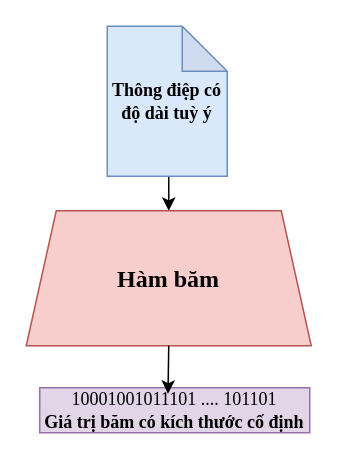
huyle84/diagrams keeps this draw.io diagram as HashFunction.drawio. Above is the earlier version. Source tidied: cells renumbered, new cells numbered last; positions are measured from the earlier drawing's top-left corner, leaving out a move shared by most shapes. Both pictures are drawn from the tidied source at 150%, with x=0, y=0 at pixel (26, 26).
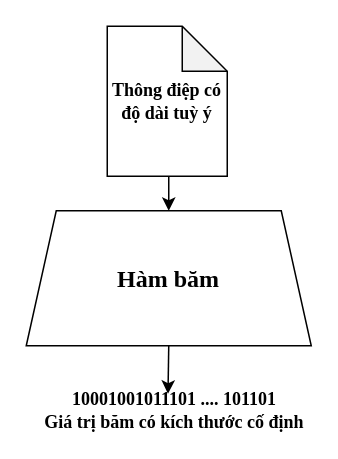
After the change.

Diff of the diagram source:
```diff
@@
 <mxGraphModel>
   <root>
     <mxCell id="0" />
     <mxCell id="1" parent="0" />
     <mxCell id="2" style="edgeStyle=orthogonalEdgeStyle;rounded=0;jettySize=auto;html=1;exitX=0.5;exitY=1;exitDx=0;exitDy=0;exitPerimeter=0;entryX=0.5;entryY=0;entryDx=0;entryDy=0;" parent="1" edge="1" source="3" target="4">
       <mxGeometry relative="1" as="geometry" />
     </mxCell>
-    <mxCell id="3" value="&lt;font face=&quot;Times New Roman&quot;&gt;&lt;b&gt;Thông điệp có độ dài tuỳ ý&lt;/b&gt;&lt;/font&gt;" style="shape=note;whiteSpace=wrap;html=1;backgroundOutline=1;darkOpacity=0.05;fillColor=#dae8fc;strokeColor=#6c8ebf;" parent="1" vertex="1">
+    <mxCell id="3" value="&lt;font face=&quot;Times New Roman&quot;&gt;&lt;b&gt;Thông điệp có độ dài tuỳ ý&lt;/b&gt;&lt;/font&gt;" style="shape=note;whiteSpace=wrap;html=1;backgroundOutline=1;darkOpacity=0.05;" parent="1" vertex="1">
       <mxGeometry x="54" width="80" height="100" as="geometry" />
     </mxCell>
-    <mxCell id="4" value="&lt;font style=&quot;font-size: 16px;&quot; face=&quot;Times New Roman&quot;&gt;&lt;b style=&quot;&quot;&gt;Hàm băm&lt;/b&gt;&lt;/font&gt;" style="shape=trapezoid;perimeter=trapezoidPerimeter;whiteSpace=wrap;html=1;fixedSize=1;fillColor=#f8cecc;strokeColor=#b85450;" parent="1" vertex="1">
+    <mxCell id="4" value="&lt;font style=&quot;font-size: 16px;&quot; face=&quot;Times New Roman&quot;&gt;&lt;b style=&quot;&quot;&gt;Hàm băm&lt;/b&gt;&lt;/font&gt;" style="shape=trapezoid;perimeter=trapezoidPerimeter;whiteSpace=wrap;html=1;fixedSize=1;" parent="1" vertex="1">
       <mxGeometry y="123" width="190" height="90" as="geometry" />
     </mxCell>
-    <mxCell id="5" value="&lt;div&gt;&lt;font face=&quot;Times New Roman&quot;&gt;10001001011101 .... 101101&lt;/font&gt;&lt;/div&gt;&lt;font face=&quot;Times New Roman&quot;&gt;&lt;b&gt;Giá trị băm có kích thước cố định&lt;/b&gt;&lt;/font&gt;" style="text;html=1;align=center;verticalAlign=middle;whiteSpace=wrap;rounded=0;fillColor=#e1d5e7;strokeColor=#9673a6;" parent="1" vertex="1">
+    <mxCell id="5" value="&lt;div&gt;&lt;font face=&quot;Times New Roman&quot;&gt;10001001011101 .... 101101&lt;/font&gt;&lt;/div&gt;&lt;font face=&quot;Times New Roman&quot;&gt;&lt;span&gt;Giá trị băm có kích thước cố định&lt;/span&gt;&lt;/font&gt;" style="text;html=1;align=center;verticalAlign=middle;whiteSpace=wrap;rounded=0;fontStyle=1;" parent="1" vertex="1">
       <mxGeometry x="9" y="241" width="180" height="30" as="geometry" />
     </mxCell>
     <mxCell id="6" style="edgeStyle=orthogonalEdgeStyle;rounded=0;jettySize=auto;html=1;exitX=0.5;exitY=1;exitDx=0;exitDy=0;entryX=0.475;entryY=0.133;entryDx=0;entryDy=0;entryPerimeter=0;" parent="1" edge="1" source="4" target="5">
       <mxGeometry relative="1" as="geometry" />
     </mxCell>
   </root>
 </mxGraphModel>
```
